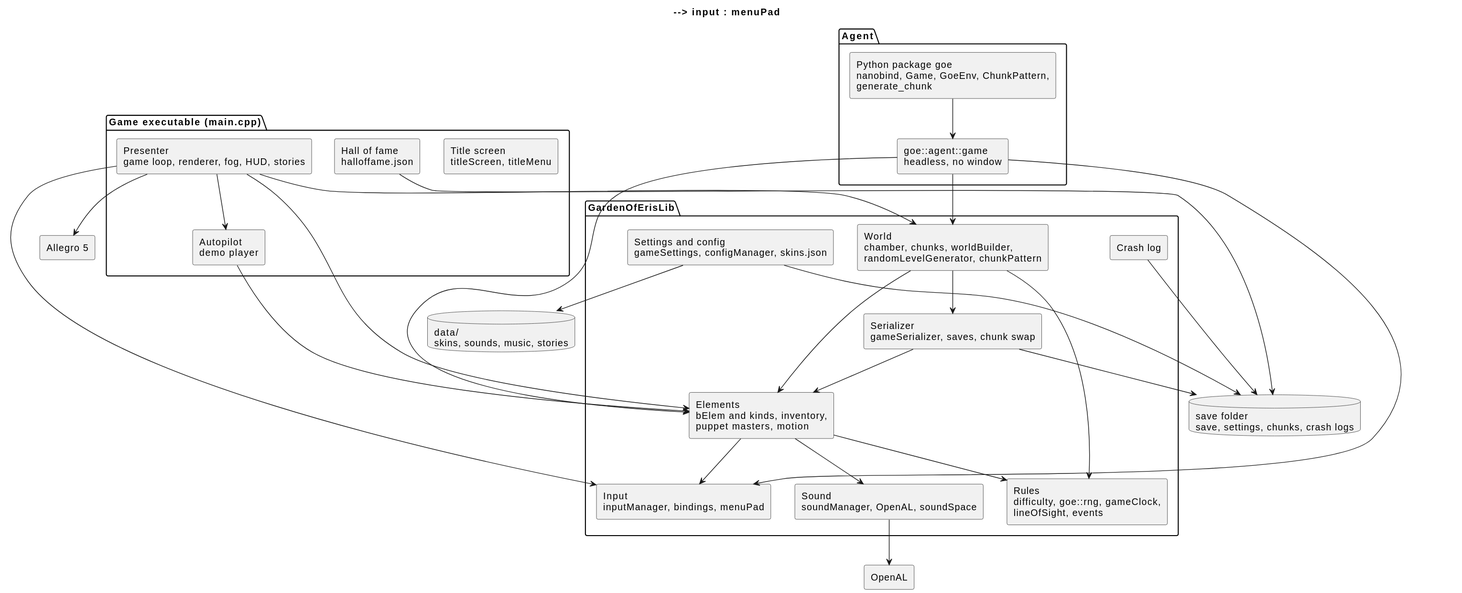
Above: docs/diagrams/14-components.svg in arielkonopka/Gardens-of-Eris (PlantUML), before the change.
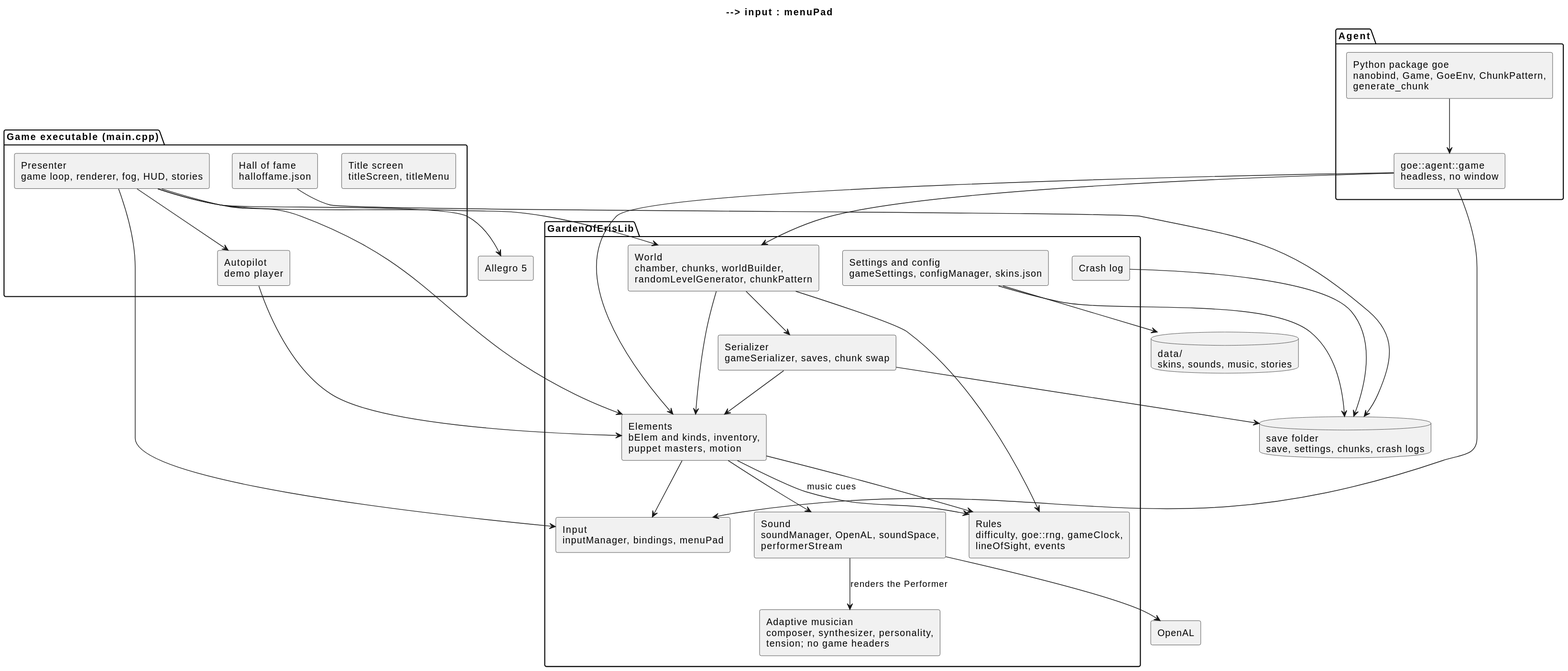
Later version of the same file.

Diff of the diagram source:
```diff
@@ -15,7 +15,8 @@
   [Serializer\ngameSerializer, saves, chunk swap] as ser
   [Rules\ndifficulty, goe::rng, gameClock,\nlineOfSight, events] as rules
   [Input\ninputManager, bindings, menuPad] as input
-  [Sound\nsoundManager, OpenAL, soundSpace] as sound
+  [Sound\nsoundManager, OpenAL, soundSpace,\nperformerStream] as sound
+  [Adaptive musician\ncomposer, synthesizer, personality,\ntension; no game headers] as musician
   [Settings and config\ngameSettings, configManager, skins.json] as cfg
   [Crash log] as crash
 }
@@ -50,6 +51,8 @@
 cfg --> data
 cfg --> saves
 sound --> openal
+sound --> musician : renders the Performer
+elems --> rules : music cues
 title --> cfg
 title --> input : menuPad
 crash --> saves
```
